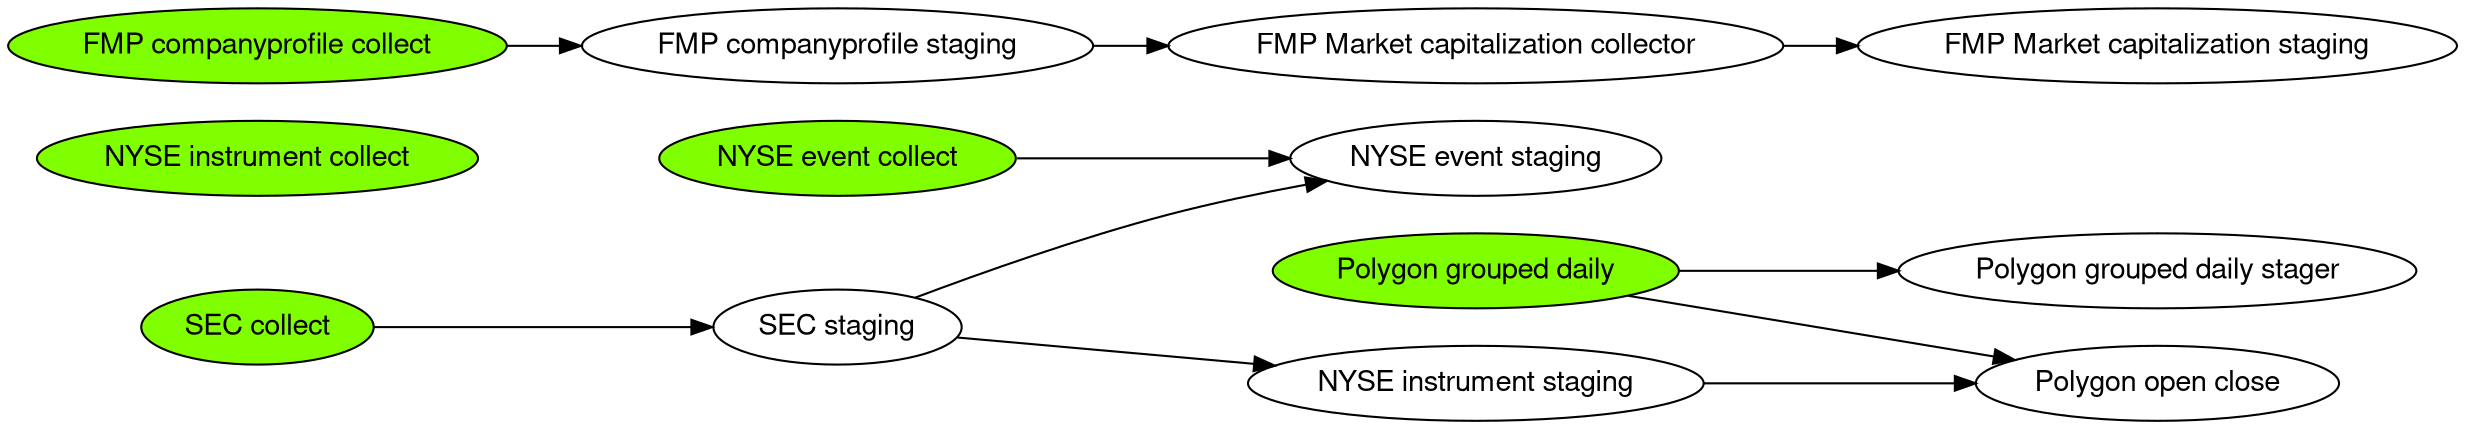
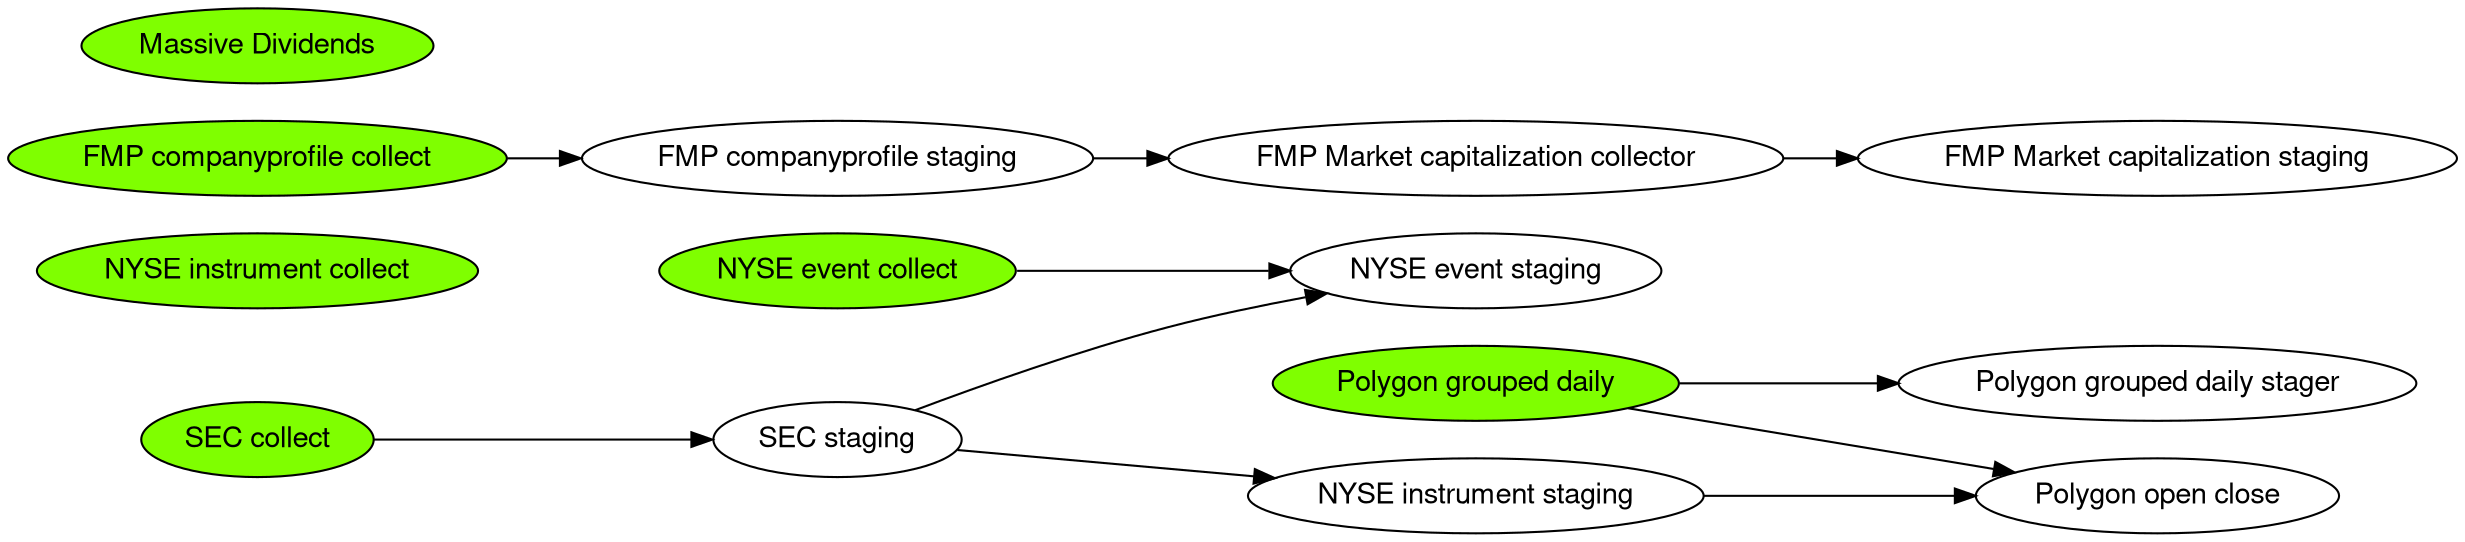
digraph regexp {
 fontname="Helvetica,Arial,sans-serif"
 node [fontname="Helvetica,Arial,sans-serif"]
 rankdir="LR";
 NyseEventsCollect      [label="NYSE event collect", style=filled, fillcolor=chartreuse];
 n1                     [label="NYSE event staging"];
 NyseInstrumentsCollect [label="NYSE instrument collect", style=filled, fillcolor=chartreuse];
 NyseInstrumentsStage   [label="NYSE instrument staging"];
 SecCompaniesCollect    [label="SEC collect", style=filled, fillcolor=chartreuse];
 SecCompaniesStage      [label="SEC staging"];
 PolygonGroupedDaily    [label="Polygon grouped daily", style=filled, fillcolor=chartreuse];
 PolygonGroupedDailyStager [label="Polygon grouped daily stager"];
 PolygonOpenClose       [label="Polygon open close"];
 FinmodCompanyProfile   [label="FMP companyprofile collect" style=filled, fillcolor=chartreuse];
 FinmodCompanyProfileStage   [label="FMP companyprofile staging"];
 FinmodCompanyMarketCap [label="FMP Market capitalization collector"]
 FinmodCompanyMarketCapStage [label="FMP Market capitalization staging"]
+  MassiveDividends       [label="Massive Dividends", style=filled, fillcolor=chartreuse]

 NyseEventsCollect -> n1
 //NyseInstrumentsCollect -> NyseInstrumentsStage
 SecCompaniesCollect -> SecCompaniesStage
 SecCompaniesStage -> NyseInstrumentsStage
 SecCompaniesStage -> n1
 PolygonGroupedDaily -> PolygonOpenClose
 PolygonGroupedDaily -> PolygonGroupedDailyStager
 NyseInstrumentsStage -> PolygonOpenClose
 FinmodCompanyProfile -> FinmodCompanyProfileStage
 FinmodCompanyProfileStage -> FinmodCompanyMarketCap
 FinmodCompanyMarketCap -> FinmodCompanyMarketCapStage
 }
//sudo apt install graphviz
//dot -Tsvg dependencies.dot > output.svg







